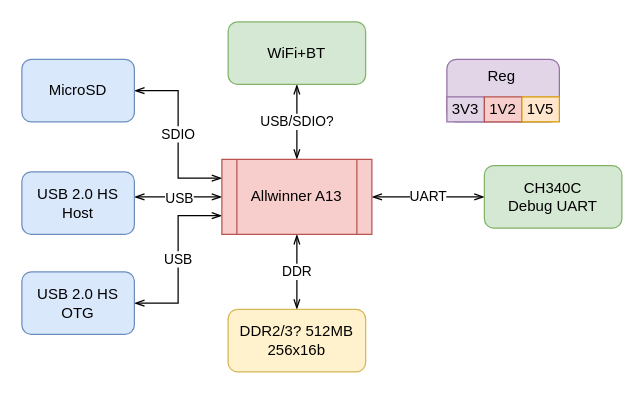
The draw.io diagram yasbc.drawio in excsniper/yasbc, before the edit. Source tidied: cells renumbered, new cells numbered last; positions are measured from the earlier drawing's top-left corner, leaving out a move shared by most shapes. Both pictures are drawn from the tidied source at 125%, with x=0, y=0 at pixel (21, 21).
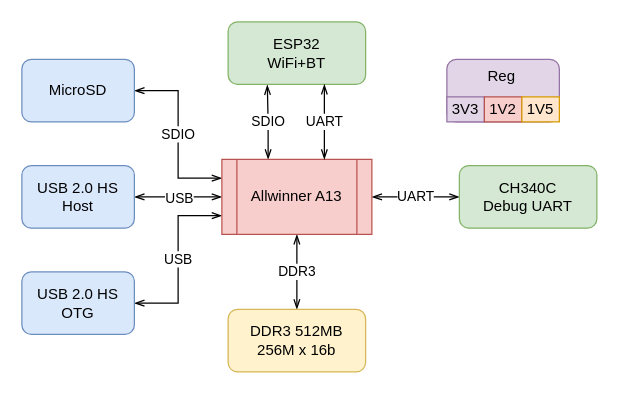
The same page after the edit.

Commit message:
Finalized wifi/bt and dram in block diagram

Unchanged cells that the change refers to:
```xml
<mxCell id="8" value="Allwinner A13" style="shape=process;whiteSpace=wrap;html=1;backgroundOutline=1;fillColor=#f8cecc;strokeColor=#b85450;" parent="1" vertex="1">
  <mxGeometry x="160" y="110" width="120" height="60" as="geometry" />
</mxCell>
```

What changed in the source:
```diff
@@
-    <mxCell id="2" value="DDR" style="edgeStyle=orthogonalEdgeStyle;rounded=0;jettySize=auto;html=1;exitX=0.5;exitY=1;exitDx=0;exitDy=0;startArrow=openThin;startFill=0;endArrow=openThin;endFill=0;entryX=0.5;entryY=0;entryDx=0;entryDy=0;" parent="1" edge="1" source="8" target="9">
+    <mxCell id="2" value="DDR3" style="edgeStyle=orthogonalEdgeStyle;rounded=0;jettySize=auto;html=1;exitX=0.5;exitY=1;exitDx=0;exitDy=0;startArrow=openThin;startFill=0;endArrow=openThin;endFill=0;entryX=0.5;entryY=0;entryDx=0;entryDy=0;" parent="1" edge="1" source="8" target="9">
       <mxGeometry relative="1" as="geometry" />
     </mxCell>
-    <mxCell id="3" value="USB/SDIO?" style="edgeStyle=orthogonalEdgeStyle;rounded=0;jettySize=auto;html=1;exitX=0.5;exitY=0;exitDx=0;exitDy=0;entryX=0.5;entryY=1;entryDx=0;entryDy=0;startArrow=openThin;startFill=0;endArrow=openThin;endFill=0;" parent="1" edge="1" source="8" target="10">
-      <mxGeometry relative="1" as="geometry" />
+    <mxCell id="3" value="SDIO" style="edgeStyle=orthogonalEdgeStyle;rounded=0;jettySize=auto;html=1;exitX=0.5;exitY=0;exitDx=0;exitDy=0;entryX=0.285;entryY=1.007;entryDx=0;entryDy=0;startArrow=openThin;startFill=0;endArrow=openThin;endFill=0;entryPerimeter=0;" parent="1" edge="1" target="10">
+      <mxGeometry relative="1" as="geometry">
+        <mxPoint x="197" y="110" as="sourcePoint" />
+        <Array as="points">
+          <mxPoint x="197" y="80" />
+          <mxPoint x="196" y="80" />
+        </Array>
+      </mxGeometry>
     </mxCell>
@@
-    <mxCell id="9" value="&lt;div&gt;DDR2/3? 512MB&lt;br&gt;&lt;/div&gt;&lt;div&gt;256x16b&lt;br&gt;&lt;/div&gt;" style="rounded=1;whiteSpace=wrap;html=1;fillColor=#fff2cc;strokeColor=#d6b656;" parent="1" vertex="1">
+    <mxCell id="9" value="&lt;div&gt;DDR3 512MB&lt;br&gt;&lt;/div&gt;&lt;div&gt;256M x 16b&lt;br&gt;&lt;/div&gt;" style="rounded=1;whiteSpace=wrap;html=1;fillColor=#fff2cc;strokeColor=#d6b656;" parent="1" vertex="1">
       <mxGeometry x="165" y="230" width="110" height="50" as="geometry" />
     </mxCell>
-    <mxCell id="10" value="&lt;div&gt;WiFi+BT&lt;/div&gt;" style="rounded=1;whiteSpace=wrap;html=1;fillColor=#d5e8d4;strokeColor=#82b366;" parent="1" vertex="1">
+    <mxCell id="10" value="&lt;div&gt;ESP32&lt;br&gt;&lt;/div&gt;&lt;div&gt;WiFi+BT&lt;/div&gt;" style="rounded=1;whiteSpace=wrap;html=1;fillColor=#d5e8d4;strokeColor=#82b366;" parent="1" vertex="1">
       <mxGeometry x="165" width="110" height="50" as="geometry" />
     </mxCell>
     <mxCell id="11" value="&lt;div&gt;CH340C&lt;/div&gt;&lt;div&gt;Debug UART&lt;br&gt;&lt;/div&gt;" style="rounded=1;whiteSpace=wrap;html=1;fillColor=#d5e8d4;strokeColor=#82b366;" parent="1" vertex="1">
-      <mxGeometry x="370" y="115" width="110" height="50" as="geometry" />
+      <mxGeometry x="350" y="115" width="110" height="50" as="geometry" />
     </mxCell>
@@
     <mxCell id="14" value="&lt;div&gt;USB 2.0 HS Host&lt;/div&gt;" style="rounded=1;whiteSpace=wrap;html=1;fillColor=#dae8fc;strokeColor=#6c8ebf;" parent="1" vertex="1">
-      <mxGeometry y="120" width="90" height="50" as="geometry" />
+      <mxGeometry y="115" width="90" height="50" as="geometry" />
     </mxCell>
@@
+    <mxCell id="20" value="UART" style="edgeStyle=orthogonalEdgeStyle;rounded=0;orthogonalLoop=1;jettySize=auto;html=1;exitX=0.5;exitY=0;exitDx=0;exitDy=0;entryX=0.5;entryY=1;entryDx=0;entryDy=0;startArrow=openThin;startFill=0;endArrow=openThin;endFill=0;" parent="1" edge="1">
+      <mxGeometry relative="1" as="geometry">
+        <mxPoint x="242" y="110" as="sourcePoint" />
+        <mxPoint x="242" y="50" as="targetPoint" />
+      </mxGeometry>
+    </mxCell>
```
